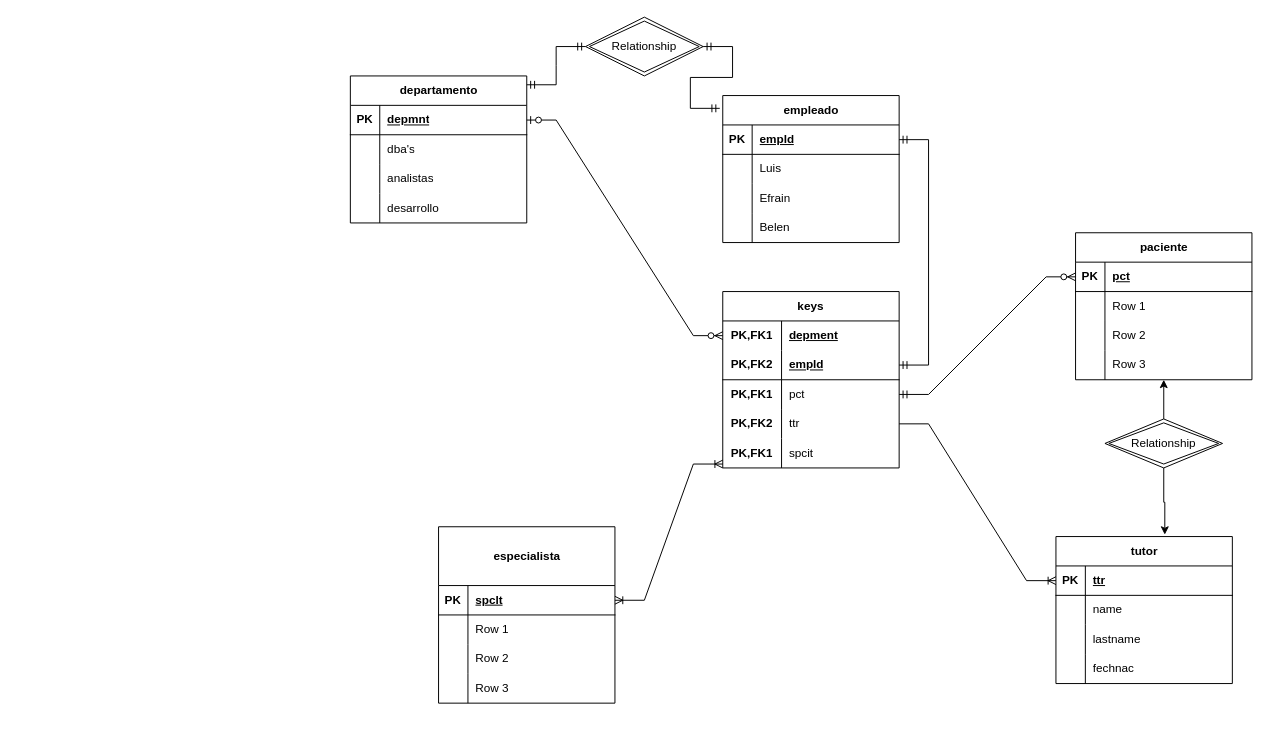
Earlier version of the draw.io diagram Untitled Diagram.drawio (Luisiyo326/BD_Abilitytalk.). Source tidied: cells renumbered, new cells numbered last; positions are measured from the earlier drawing's top-left corner, leaving out a move shared by most shapes. Both pictures are drawn from the tidied source at 98%, with x=0, y=0 at pixel (350, 17).
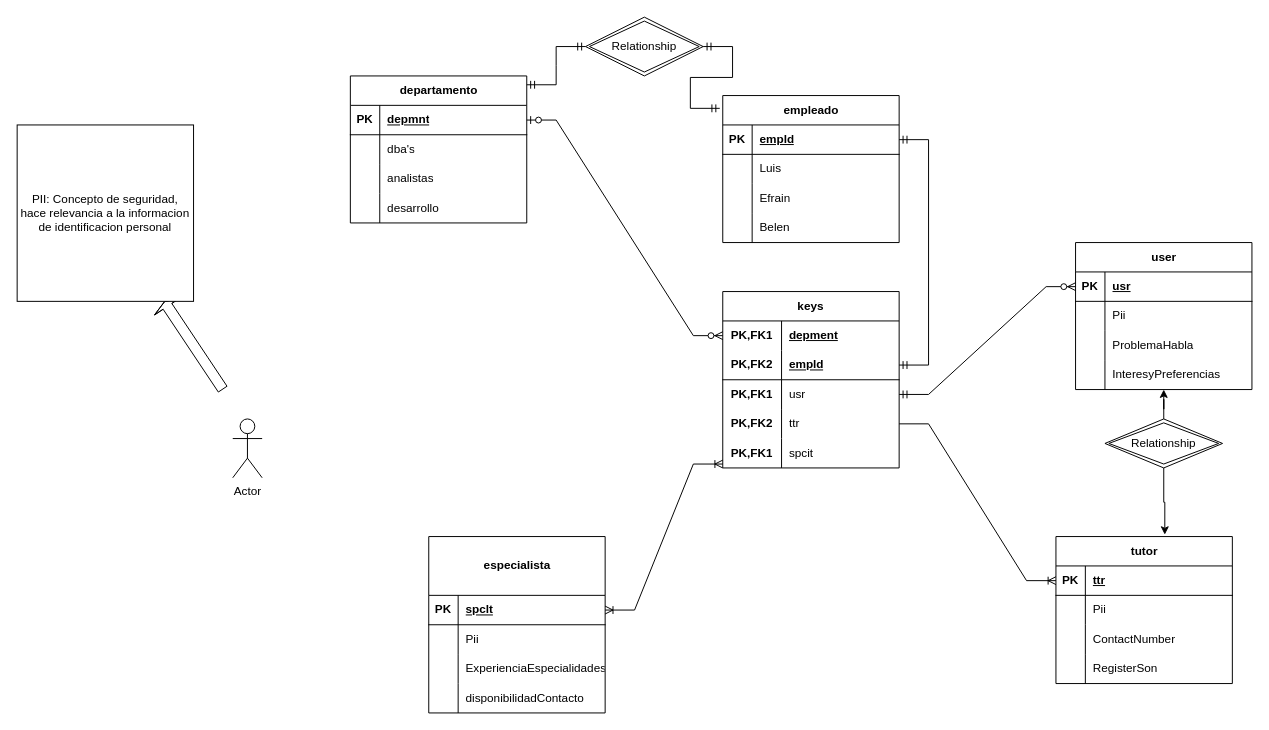
The same diagram, later.

Unchanged cells that the change refers to:
```xml
<mxCell id="19" style="shape=tableRow;horizontal=0;startSize=0;swimlaneHead=0;swimlaneBody=0;fillColor=none;top=0;left=0;right=0;bottom=0;" parent="15" vertex="1">
  <mxGeometry y="60" width="180" height="30" as="geometry" />
</mxCell>
<mxCell id="22" style="shape=tableRow;horizontal=0;startSize=0;swimlaneHead=0;swimlaneBody=0;fillColor=none;top=0;left=0;right=0;bottom=0;" parent="15" vertex="1">
  <mxGeometry y="90" width="180" height="30" as="geometry" />
</mxCell>
<mxCell id="25" style="shape=tableRow;horizontal=0;startSize=0;swimlaneHead=0;swimlaneBody=0;fillColor=none;top=0;left=0;right=0;bottom=0;" parent="15" vertex="1">
  <mxGeometry y="120" width="180" height="30" as="geometry" />
</mxCell>
<mxCell id="29" style="shape=tableRow;horizontal=0;startSize=0;swimlaneHead=0;swimlaneBody=0;fillColor=none;points=[[0,0.5],[1,0.5]];portConstraint=eastwest;top=0;left=0;right=0;bottom=1;" parent="28" vertex="1">
  <mxGeometry y="30" width="180" height="30" as="geometry" />
</mxCell>
<mxCell id="32" style="shape=tableRow;horizontal=0;startSize=0;swimlaneHead=0;swimlaneBody=0;fillColor=none;top=0;left=0;right=0;bottom=0;" parent="28" vertex="1">
  <mxGeometry y="60" width="180" height="30" as="geometry" />
</mxCell>
<mxCell id="35" style="shape=tableRow;horizontal=0;startSize=0;swimlaneHead=0;swimlaneBody=0;fillColor=none;top=0;left=0;right=0;bottom=0;" parent="28" vertex="1">
  <mxGeometry y="90" width="180" height="30" as="geometry" />
</mxCell>
<mxCell id="38" style="shape=tableRow;horizontal=0;startSize=0;swimlaneHead=0;swimlaneBody=0;fillColor=none;top=0;left=0;right=0;bottom=0;" parent="28" vertex="1">
  <mxGeometry y="120" width="180" height="30" as="geometry" />
</mxCell>
<mxCell id="45" style="shape=tableRow;horizontal=0;startSize=0;swimlaneHead=0;swimlaneBody=0;fillColor=none;top=0;left=0;right=0;bottom=0;" parent="41" vertex="1">
  <mxGeometry y="90" width="180" height="30" as="geometry" />
</mxCell>
<mxCell id="48" style="shape=tableRow;horizontal=0;startSize=0;swimlaneHead=0;swimlaneBody=0;fillColor=none;top=0;left=0;right=0;bottom=0;" parent="41" vertex="1">
  <mxGeometry y="120" width="180" height="30" as="geometry" />
</mxCell>
<mxCell id="51" style="shape=tableRow;horizontal=0;startSize=0;swimlaneHead=0;swimlaneBody=0;fillColor=none;top=0;left=0;right=0;bottom=0;" parent="41" vertex="1">
  <mxGeometry y="150" width="180" height="30" as="geometry" />
</mxCell>
<mxCell id="74" style="shape=tableRow;horizontal=0;startSize=0;swimlaneHead=0;swimlaneBody=0;fillColor=none;points=[[0,0.5],[1,0.5]];portConstraint=eastwest;top=0;left=0;right=0;bottom=0;html=1;" parent="67" vertex="1">
  <mxGeometry y="90" width="180" height="30" as="geometry" />
</mxCell>
```

Change to the diagram source:
```diff
@@
-    <mxCell id="21" value="name" style="shape=partialRectangle;fillColor=none;top=0;left=0;bottom=0;right=0;align=left;spacingLeft=6;overflow=hidden;whiteSpace=wrap;html=1;" parent="19" vertex="1">
+    <mxCell id="21" value="Pii" style="shape=partialRectangle;fillColor=none;top=0;left=0;bottom=0;right=0;align=left;spacingLeft=6;overflow=hidden;whiteSpace=wrap;html=1;" parent="19" vertex="1">
       <mxGeometry x="30" width="150" height="30" as="geometry" />
     </mxCell>
@@
-    <mxCell id="24" value="lastname" style="shape=partialRectangle;fillColor=none;top=0;left=0;bottom=0;right=0;align=left;spacingLeft=6;overflow=hidden;whiteSpace=wrap;html=1;" parent="22" vertex="1">
+    <mxCell id="24" value="ContactNumber" style="shape=partialRectangle;fillColor=none;top=0;left=0;bottom=0;right=0;align=left;spacingLeft=6;overflow=hidden;whiteSpace=wrap;html=1;" parent="22" vertex="1">
       <mxGeometry x="30" width="150" height="30" as="geometry" />
     </mxCell>
@@
-    <mxCell id="27" value="fechnac" style="shape=partialRectangle;fillColor=none;top=0;left=0;bottom=0;right=0;align=left;spacingLeft=6;overflow=hidden;whiteSpace=wrap;html=1;" parent="25" vertex="1">
+    <mxCell id="27" value="RegisterSon" style="shape=partialRectangle;fillColor=none;top=0;left=0;bottom=0;right=0;align=left;spacingLeft=6;overflow=hidden;whiteSpace=wrap;html=1;" parent="25" vertex="1">
       <mxGeometry x="30" width="150" height="30" as="geometry" />
     </mxCell>
-    <mxCell id="28" value="paciente" style="shape=table;startSize=30;childLayout=tableLayout;rowLines=0;fontStyle=1;align=center;html=1;" parent="1" vertex="1">
-      <mxGeometry x="740" y="220" width="180" height="150" as="geometry" />
+    <mxCell id="28" value="user" style="shape=table;startSize=30;childLayout=tableLayout;rowLines=0;fontStyle=1;align=center;html=1;" parent="1" vertex="1">
+      <mxGeometry x="740" y="230" width="180" height="150" as="geometry" />
     </mxCell>
@@
-    <mxCell id="31" value="pct" style="shape=partialRectangle;fillColor=none;top=0;left=0;bottom=0;right=0;align=left;spacingLeft=6;fontStyle=5;overflow=hidden;whiteSpace=wrap;html=1;" parent="29" vertex="1">
+    <mxCell id="31" value="usr" style="shape=partialRectangle;fillColor=none;top=0;left=0;bottom=0;right=0;align=left;spacingLeft=6;fontStyle=5;overflow=hidden;whiteSpace=wrap;html=1;" parent="29" vertex="1">
       <mxGeometry x="30" width="150" height="30" as="geometry" />
     </mxCell>
@@
-    <mxCell id="34" value="Row 1" style="shape=partialRectangle;fillColor=none;top=0;left=0;bottom=0;right=0;align=left;spacingLeft=6;overflow=hidden;whiteSpace=wrap;html=1;" parent="32" vertex="1">
+    <mxCell id="34" value="Pii" style="shape=partialRectangle;fillColor=none;top=0;left=0;bottom=0;right=0;align=left;spacingLeft=6;overflow=hidden;whiteSpace=wrap;html=1;" parent="32" vertex="1">
       <mxGeometry x="30" width="150" height="30" as="geometry" />
     </mxCell>
@@
-    <mxCell id="37" value="Row 2" style="shape=partialRectangle;fillColor=none;top=0;left=0;bottom=0;right=0;align=left;spacingLeft=6;overflow=hidden;whiteSpace=wrap;html=1;" parent="35" vertex="1">
+    <mxCell id="37" value="ProblemaHabla" style="shape=partialRectangle;fillColor=none;top=0;left=0;bottom=0;right=0;align=left;spacingLeft=6;overflow=hidden;whiteSpace=wrap;html=1;" parent="35" vertex="1">
       <mxGeometry x="30" width="150" height="30" as="geometry" />
     </mxCell>
@@
-    <mxCell id="40" value="Row 3" style="shape=partialRectangle;fillColor=none;top=0;left=0;bottom=0;right=0;align=left;spacingLeft=6;overflow=hidden;whiteSpace=wrap;html=1;" parent="38" vertex="1">
+    <mxCell id="40" value="InteresyPreferencias" style="shape=partialRectangle;fillColor=none;top=0;left=0;bottom=0;right=0;align=left;spacingLeft=6;overflow=hidden;whiteSpace=wrap;html=1;" parent="38" vertex="1">
       <mxGeometry x="30" width="150" height="30" as="geometry" />
     </mxCell>
     <mxCell id="41" value="especialista" style="shape=table;startSize=60;childLayout=tableLayout;rowLines=0;fontStyle=1;align=center;html=1;" parent="1" vertex="1">
-      <mxGeometry x="90" y="520" width="180" height="180" as="geometry" />
+      <mxGeometry x="80" y="530" width="180" height="180" as="geometry" />
     </mxCell>
@@
-    <mxCell id="47" value="Row 1" style="shape=partialRectangle;fillColor=none;top=0;left=0;bottom=0;right=0;align=left;spacingLeft=6;overflow=hidden;whiteSpace=wrap;html=1;" parent="45" vertex="1">
+    <mxCell id="47" value="Pii" style="shape=partialRectangle;fillColor=none;top=0;left=0;bottom=0;right=0;align=left;spacingLeft=6;overflow=hidden;whiteSpace=wrap;html=1;" parent="45" vertex="1">
       <mxGeometry x="30" width="150" height="30" as="geometry" />
     </mxCell>
@@
-    <mxCell id="50" value="Row 2" style="shape=partialRectangle;fillColor=none;top=0;left=0;bottom=0;right=0;align=left;spacingLeft=6;overflow=hidden;whiteSpace=wrap;html=1;" parent="48" vertex="1">
+    <mxCell id="50" value="ExperienciaEspecialidades" style="shape=partialRectangle;fillColor=none;top=0;left=0;bottom=0;right=0;align=left;spacingLeft=6;overflow=hidden;whiteSpace=wrap;html=1;" parent="48" vertex="1">
       <mxGeometry x="30" width="150" height="30" as="geometry" />
     </mxCell>
@@
-    <mxCell id="53" value="Row 3" style="shape=partialRectangle;fillColor=none;top=0;left=0;bottom=0;right=0;align=left;spacingLeft=6;overflow=hidden;whiteSpace=wrap;html=1;" parent="51" vertex="1">
+    <mxCell id="53" value="disponibilidadContacto" style="shape=partialRectangle;fillColor=none;top=0;left=0;bottom=0;right=0;align=left;spacingLeft=6;overflow=hidden;whiteSpace=wrap;html=1;" parent="51" vertex="1">
       <mxGeometry x="30" width="150" height="30" as="geometry" />
     </mxCell>
@@
-    <mxCell id="76" value="pct" style="shape=partialRectangle;fillColor=none;top=0;left=0;bottom=0;right=0;align=left;spacingLeft=6;overflow=hidden;html=1;whiteSpace=wrap;" parent="74" vertex="1">
+    <mxCell id="76" value="usr" style="shape=partialRectangle;fillColor=none;top=0;left=0;bottom=0;right=0;align=left;spacingLeft=6;overflow=hidden;html=1;whiteSpace=wrap;" parent="74" vertex="1">
       <mxGeometry x="60" width="120" height="30" as="geometry" />
     </mxCell>
@@
+    <mxCell id="94" value="Actor" style="shape=umlActor;verticalLabelPosition=bottom;verticalAlign=top;html=1;" parent="1" vertex="1">
+      <mxGeometry x="-120" y="410" width="30" height="60" as="geometry" />
+    </mxCell>
+    <mxCell id="95" style="shape=flexArrow;endArrow=classic;html=1;rounded=0;width=10.666666666666666;endSize=1.5333333333333332;" parent="1" edge="1" target="96">
+      <mxGeometry relative="1" as="geometry">
+        <mxPoint x="-130" y="380" as="sourcePoint" />
+        <Array as="points">
+          <mxPoint x="-150" y="350" />
+        </Array>
+      </mxGeometry>
+    </mxCell>
+    <mxCell id="96" value="PII: Concepto de seguridad, hace relevancia a la informacion de identificacion personal" style="whiteSpace=wrap;html=1;" parent="1" vertex="1">
+      <mxGeometry x="-340" y="110" width="180" height="180" as="geometry" />
+    </mxCell>
```
